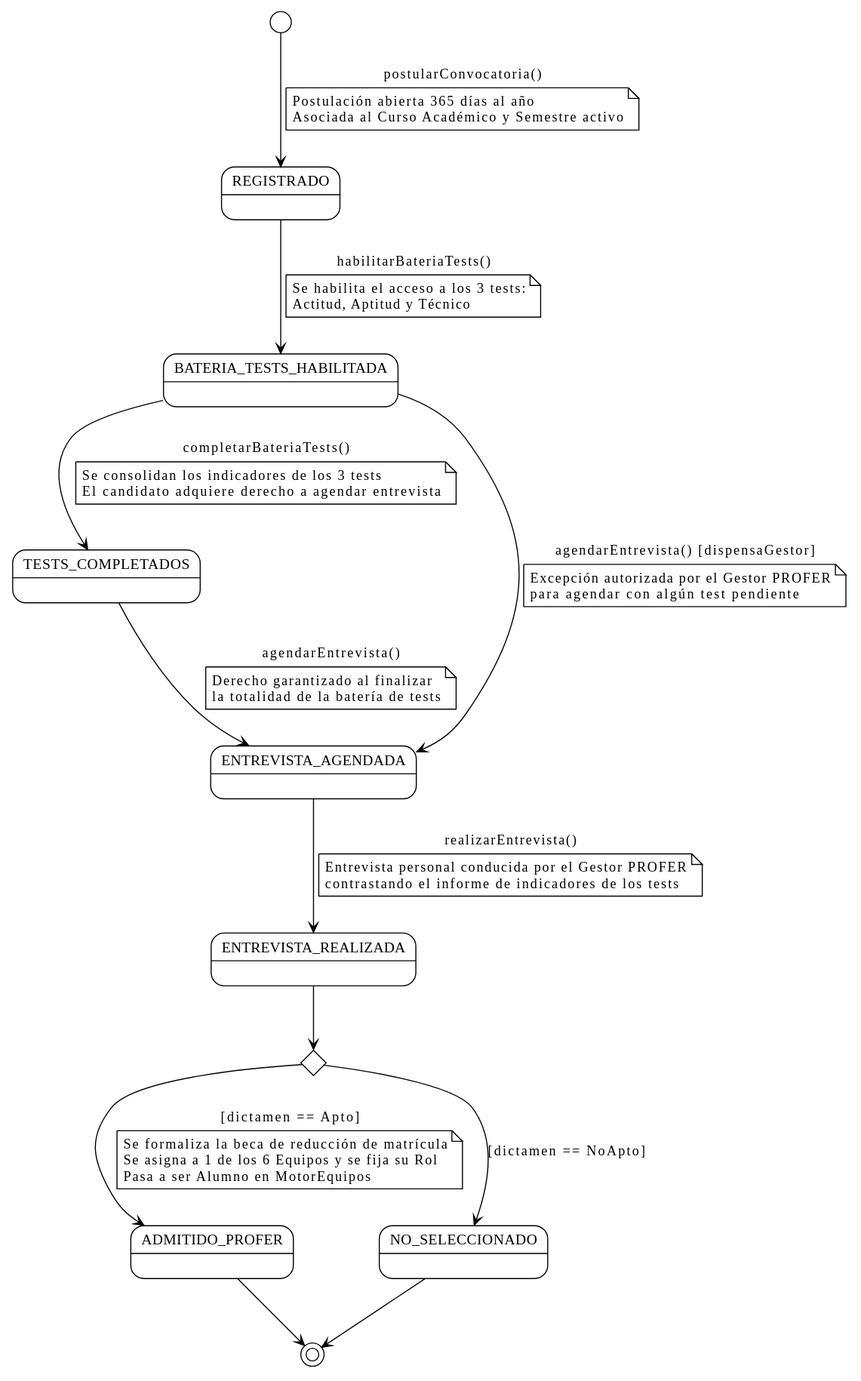
Earlier version of the PlantUML export images/RUP/00-modelo-del-dominio/estados-entidades/candidatura-estados.svg (TheMoys/CTS-Academy).
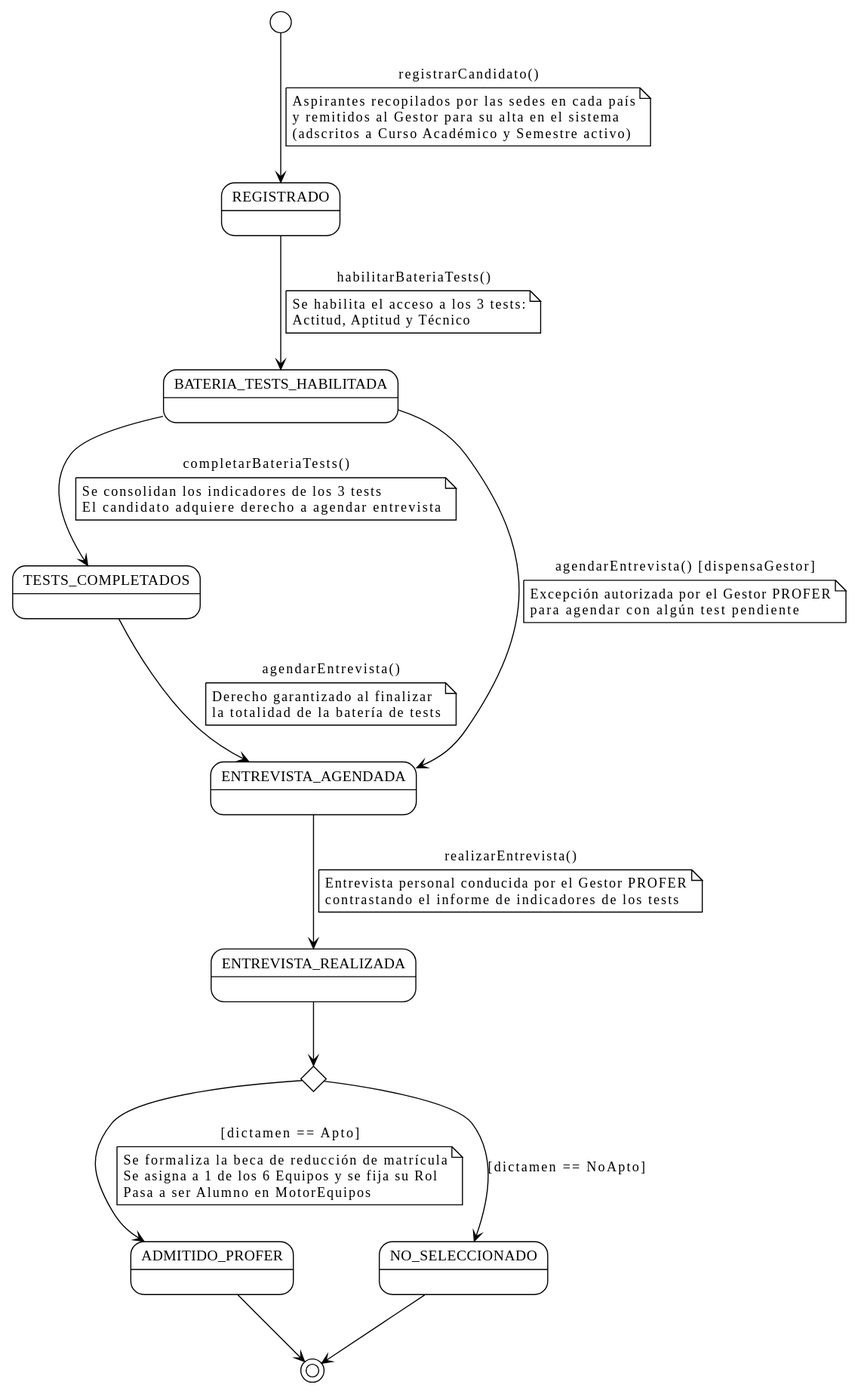
Above is the later version.

Commit message:
docs(dominio): canalizar candidatos por sedes internacionales y registrar ADR-008

The edit, as a diff of the source:
```diff
@@ -6,10 +6,11 @@
   ArrowColor Black
 }
 
-[*] --> REGISTRADO : postularConvocatoria()
+[*] --> REGISTRADO : registrarCandidato()
 note on link
-  Postulación abierta 365 días al año
-  Asociada al Curso Académico y Semestre activo
+  Aspirantes recopilados por las sedes en cada país
+  y remitidos al Gestor para su alta en el sistema
+  (adscritos a Curso Académico y Semestre activo)
 end note
 
 REGISTRADO --> BATERIA_TESTS_HABILITADA : habilitarBateriaTests()
```
